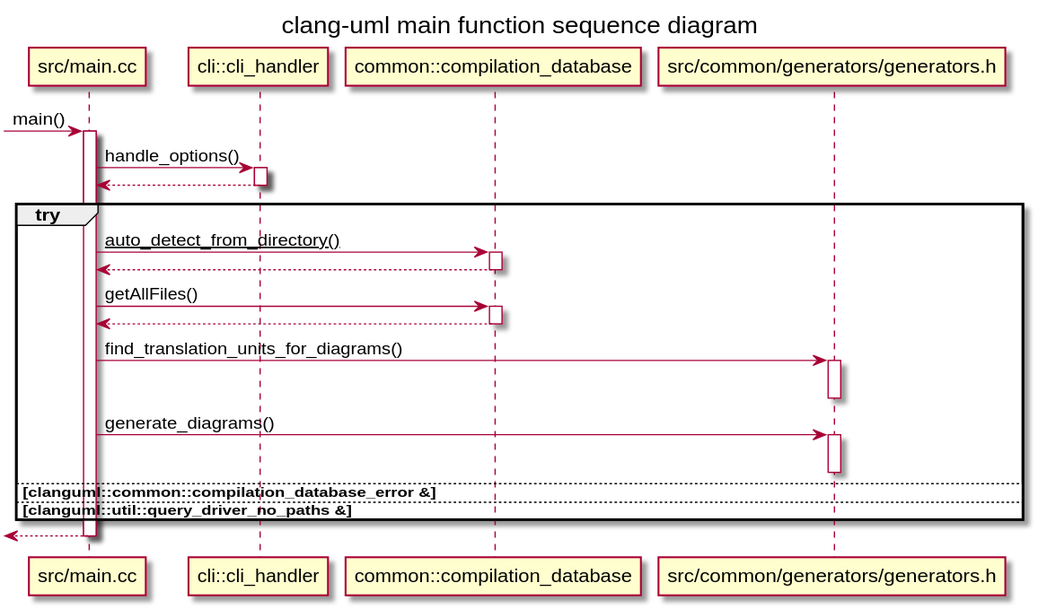
The PlantUML diagram clang-uml/puml/main_sequence.svg in bkryza/clang-uml-examples, before a commit.
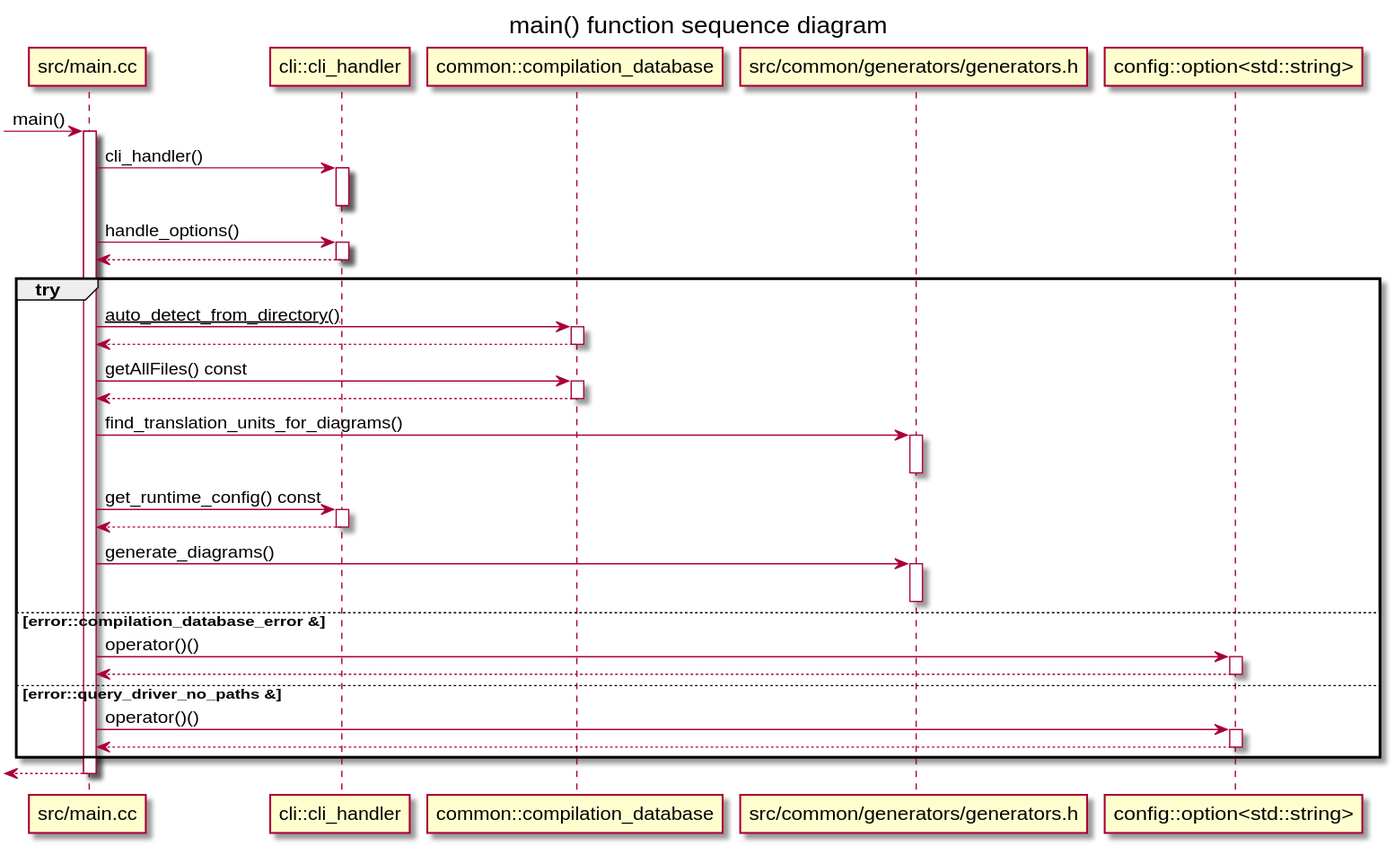
The same diagram one commit later.

Change to the diagram source:
```diff
@@ -1,34 +1,50 @@
 @startuml
-title clang-uml main function sequence diagram
-participant "src/main.cc" as C_0000075776539986596960
-[-> C_0000075776539986596960 : main()
-activate C_0000075776539986596960
-participant "cli::cli_handler" as C_0002292468283229753520 [[https://github.com/bkryza/clang-uml/blob/3d8a0ce428ce6b5e1e0585247ac90a82960dee8e/src/cli/cli_handler.h#L31{cli_handler}]]
-C_0000075776539986596960 -> C_0002292468283229753520 [[https://github.com/bkryza/clang-uml/blob/3d8a0ce428ce6b5e1e0585247ac90a82960dee8e/src/main.cc#L47{}]] : handle_options()
+title main() function sequence diagram
+participant "src/main.cc" as C_0001980376502571817048
+[-> C_0001980376502571817048 : main()
+activate C_0001980376502571817048
+participant "cli::cli_handler" as C_0002292468283229753520 [[{Command line options handler}]]
+C_0001980376502571817048 -> C_0002292468283229753520 [[{}]] : cli_handler()
 activate C_0002292468283229753520
-C_0002292468283229753520 --> C_0000075776539986596960
+deactivate C_0002292468283229753520
+C_0001980376502571817048 -> C_0002292468283229753520 [[{}]] : handle_options()
+activate C_0002292468283229753520
+C_0002292468283229753520 --> C_0001980376502571817048
 deactivate C_0002292468283229753520
 group try
-participant "common::compilation_database" as C_0000597104457503221480 [[https://github.com/bkryza/clang-uml/blob/3d8a0ce428ce6b5e1e0585247ac90a82960dee8e/src/common/compilation_database.h#L41{compilation_database}]]
-C_0000075776539986596960 -> C_0000597104457503221480 [[https://github.com/bkryza/clang-uml/blob/3d8a0ce428ce6b5e1e0585247ac90a82960dee8e/src/main.cc#L63{}]] : __auto_detect_from_directory()__
+participant "common::compilation_database" as C_0000597104457503221480 [[{Custom compilation database class}]]
+C_0001980376502571817048 -> C_0000597104457503221480 [[{}]] : __auto_detect_from_directory()__
 activate C_0000597104457503221480
-C_0000597104457503221480 --> C_0000075776539986596960
+C_0000597104457503221480 --> C_0001980376502571817048
 deactivate C_0000597104457503221480
-C_0000075776539986596960 -> C_0000597104457503221480 [[https://github.com/bkryza/clang-uml/blob/3d8a0ce428ce6b5e1e0585247ac90a82960dee8e/src/main.cc#L66{}]] : getAllFiles()
+C_0001980376502571817048 -> C_0000597104457503221480 [[{}]] : getAllFiles() const
 activate C_0000597104457503221480
-C_0000597104457503221480 --> C_0000075776539986596960
+C_0000597104457503221480 --> C_0001980376502571817048
 deactivate C_0000597104457503221480
-participant "src/common/generators/generators.h" as C_0000707805560726252613
-C_0000075776539986596960 -> C_0000707805560726252613 [[https://github.com/bkryza/clang-uml/blob/3d8a0ce428ce6b5e1e0585247ac90a82960dee8e/src/main.cc#L75{}]] : find_translation_units_for_diagrams()
-activate C_0000707805560726252613
-deactivate C_0000707805560726252613
-C_0000075776539986596960 -> C_0000707805560726252613 [[https://github.com/bkryza/clang-uml/blob/3d8a0ce428ce6b5e1e0585247ac90a82960dee8e/src/main.cc#L79{}]] : generate_diagrams()
-activate C_0000707805560726252613
-deactivate C_0000707805560726252613
-else clanguml::common::compilation_database_error &
-else clanguml::util::query_driver_no_paths &
+participant "src/common/generators/generators.h" as C_0002202543726960818126
+C_0001980376502571817048 -> C_0002202543726960818126 [[{}]] : find_translation_units_for_diagrams()
+activate C_0002202543726960818126
+deactivate C_0002202543726960818126
+C_0001980376502571817048 -> C_0002292468283229753520 [[{}]] : get_runtime_config() const
+activate C_0002292468283229753520
+C_0002292468283229753520 --> C_0001980376502571817048
+deactivate C_0002292468283229753520
+C_0001980376502571817048 -> C_0002202543726960818126 [[{}]] : generate_diagrams()
+activate C_0002202543726960818126
+deactivate C_0002202543726960818126
+else error::compilation_database_error &
+participant "config::option<std::string>" as C_0000642633971187128378 [[{option}]]
+C_0001980376502571817048 -> C_0000642633971187128378 [[{}]] : operator()()
+activate C_0000642633971187128378
+C_0000642633971187128378 --> C_0001980376502571817048
+deactivate C_0000642633971187128378
+else error::query_driver_no_paths &
+C_0001980376502571817048 -> C_0000642633971187128378 [[{}]] : operator()()
+activate C_0000642633971187128378
+C_0000642633971187128378 --> C_0001980376502571817048
+deactivate C_0000642633971187128378
 end
-[<-- C_0000075776539986596960
-deactivate C_0000075776539986596960
+[<-- C_0001980376502571817048
+deactivate C_0001980376502571817048
 
 @enduml
```
